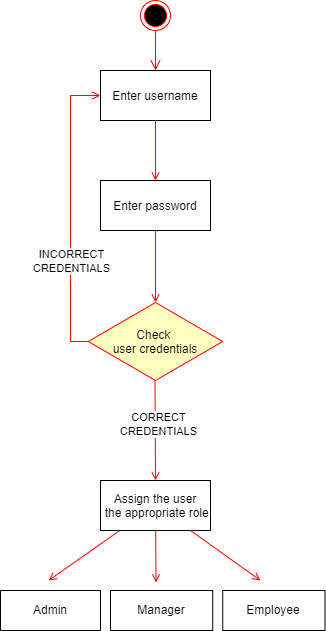
This is Authentication Diagram.drawio.png from Arisa-Ndreu/test, a draw.io export, as it was before one commit. Source tidied: cells renumbered, new cells last; positions are measured from the earlier drawing's top-left corner, leaving out a move shared by most shapes. Its diagram source:
```xml
<mxGraphModel>
  <root>
    <mxCell id="0" />
    <mxCell id="1" parent="0" />
    <mxCell id="2" style="endArrow=open;strokeColor=#FF0000;endFill=1;rounded=0;" parent="1" edge="1" source="7">
      <mxGeometry relative="1" as="geometry">
        <mxPoint x="48" y="580" as="targetPoint" />
      </mxGeometry>
    </mxCell>
    <mxCell id="3" style="edgeStyle=elbowEdgeStyle;elbow=horizontal;verticalAlign=bottom;endArrow=open;endSize=8;strokeColor=#FF0000;endFill=1;rounded=0;" parent="1" edge="1" target="4">
      <mxGeometry x="100" y="40" as="geometry">
        <mxPoint x="155" y="30" as="sourcePoint" />
      </mxGeometry>
    </mxCell>
    <mxCell id="4" value="Enter username" parent="1" vertex="1">
      <mxGeometry x="100" y="70" width="110" height="50" as="geometry" />
    </mxCell>
    <mxCell id="5" value="Enter password" parent="1" vertex="1">
      <mxGeometry x="100" y="180" width="110" height="50" as="geometry" />
    </mxCell>
    <mxCell id="6" style="endArrow=open;strokeColor=#FF0000;endFill=1;rounded=0;" parent="1" edge="1" source="4" target="5">
      <mxGeometry relative="1" as="geometry" />
    </mxCell>
    <mxCell id="7" value="Assign the user&#10; the appropriate role" parent="1" vertex="1">
      <mxGeometry x="100" y="480" width="110" height="50" as="geometry" />
    </mxCell>
    <mxCell id="8" style="endArrow=open;strokeColor=#FF0000;endFill=1;rounded=0;" parent="1" edge="1" source="12">
      <mxGeometry relative="1" as="geometry">
        <mxPoint x="155.5" y="302" as="targetPoint" />
      </mxGeometry>
    </mxCell>
    <mxCell id="9" style="edgeStyle=elbowEdgeStyle;elbow=horizontal;strokeColor=#FF0000;endArrow=open;endFill=1;rounded=0;exitX=0;exitY=0.5;exitDx=0;exitDy=0;" parent="1" edge="1" source="12" target="4">
      <mxGeometry relative="1" as="geometry">
        <Array as="points">
          <mxPoint x="70" y="210" />
        </Array>
      </mxGeometry>
    </mxCell>
    <mxCell id="10" value="INCORRECT&lt;br&gt;CREDENTIALS" style="edgeLabel;html=1;align=center;verticalAlign=middle;" parent="9" vertex="1">
      <mxGeometry x="-0.42" y="-1" relative="1" as="geometry">
        <mxPoint x="-1" y="-13" as="offset" />
      </mxGeometry>
    </mxCell>
    <mxCell id="11" style="endArrow=open;strokeColor=#FF0000;endFill=1;rounded=0;" parent="1" edge="1" source="5" target="12">
      <mxGeometry relative="1" as="geometry" />
    </mxCell>
    <mxCell id="12" value="Check &#10;user credentials" style="rhombus;fillColor=#ffffc0;strokeColor=#ff0000;" parent="1" vertex="1">
      <mxGeometry x="87.8" y="302" width="134.5" height="78" as="geometry" />
    </mxCell>
    <mxCell id="13" style="endArrow=open;strokeColor=#FF0000;endFill=1;rounded=0;entryX=0.5;entryY=0;entryDx=0;entryDy=0;" parent="1" edge="1" target="7">
      <mxGeometry relative="1" as="geometry">
        <mxPoint x="154.5" y="380" as="sourcePoint" />
      </mxGeometry>
    </mxCell>
    <mxCell id="14" value="Text" style="edgeLabel;html=1;align=center;verticalAlign=middle;" parent="13" vertex="1">
      <mxGeometry x="-0.06" y="2" relative="1" as="geometry" />
    </mxCell>
    <mxCell id="15" value="CORRECT&lt;br&gt;CREDENTIALS" style="edgeLabel;html=1;align=center;verticalAlign=middle;" parent="13" vertex="1">
      <mxGeometry x="-0.13" y="3" relative="1" as="geometry" />
    </mxCell>
    <mxCell id="16" style="endArrow=open;strokeColor=#FF0000;endFill=1;rounded=0;" parent="1" edge="1" source="7">
      <mxGeometry relative="1" as="geometry">
        <mxPoint x="155.5" y="582" as="targetPoint" />
      </mxGeometry>
    </mxCell>
    <mxCell id="17" style="endArrow=open;strokeColor=#FF0000;endFill=1;rounded=0;" parent="1" edge="1" source="7">
      <mxGeometry relative="1" as="geometry">
        <mxPoint x="260" y="580" as="targetPoint" />
      </mxGeometry>
    </mxCell>
    <mxCell id="18" style="ellipse;html=1;shape=endState;fillColor=#000000;strokeColor=#ff0000;" parent="1" vertex="1">
      <mxGeometry x="140" width="30" height="30" as="geometry" />
    </mxCell>
    <mxCell id="19" value="Admin" style="html=1;whiteSpace=wrap;" parent="1" vertex="1">
      <mxGeometry y="590" width="100" height="40" as="geometry" />
    </mxCell>
    <mxCell id="20" value="Manager" style="html=1;whiteSpace=wrap;" parent="1" vertex="1">
      <mxGeometry x="110" y="590" width="102.2" height="40" as="geometry" />
    </mxCell>
    <mxCell id="21" value="Employee" style="html=1;whiteSpace=wrap;" parent="1" vertex="1">
      <mxGeometry x="222.2" y="590" width="102.2" height="40" as="geometry" />
    </mxCell>
  </root>
</mxGraphModel>
```
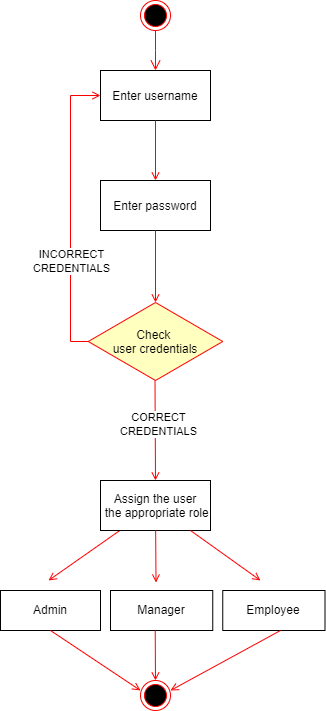
After the change.

Diff of the diagram source:
```diff
@@ -80,5 +80,23 @@
     <mxCell id="21" value="Employee" style="html=1;whiteSpace=wrap;" parent="1" vertex="1">
       <mxGeometry x="222.2" y="590" width="102.2" height="40" as="geometry" />
     </mxCell>
+    <mxCell id="22" style="ellipse;html=1;shape=endState;fillColor=#000000;strokeColor=#ff0000;" parent="1" vertex="1">
+      <mxGeometry x="140" y="680" width="30" height="30" as="geometry" />
+    </mxCell>
+    <mxCell id="23" style="endArrow=open;strokeColor=#FF0000;endFill=1;rounded=0;entryX=0.5;entryY=0;entryDx=0;entryDy=0;" parent="1" edge="1" target="22">
+      <mxGeometry relative="1" as="geometry">
+        <mxPoint x="154.7" y="630" as="sourcePoint" />
+      </mxGeometry>
+    </mxCell>
+    <mxCell id="24" style="endArrow=open;strokeColor=#FF0000;endFill=1;rounded=0;entryX=1;entryY=0.333;entryDx=0;entryDy=0;entryPerimeter=0;" parent="1" edge="1" target="22">
+      <mxGeometry relative="1" as="geometry">
+        <mxPoint x="280" y="630" as="sourcePoint" />
+      </mxGeometry>
+    </mxCell>
+    <mxCell id="25" style="endArrow=open;strokeColor=#FF0000;endFill=1;rounded=0;entryX=0;entryY=0.333;entryDx=0;entryDy=0;entryPerimeter=0;" parent="1" edge="1" target="22">
+      <mxGeometry relative="1" as="geometry">
+        <mxPoint x="50" y="630" as="sourcePoint" />
+      </mxGeometry>
+    </mxCell>
   </root>
 </mxGraphModel>
```
